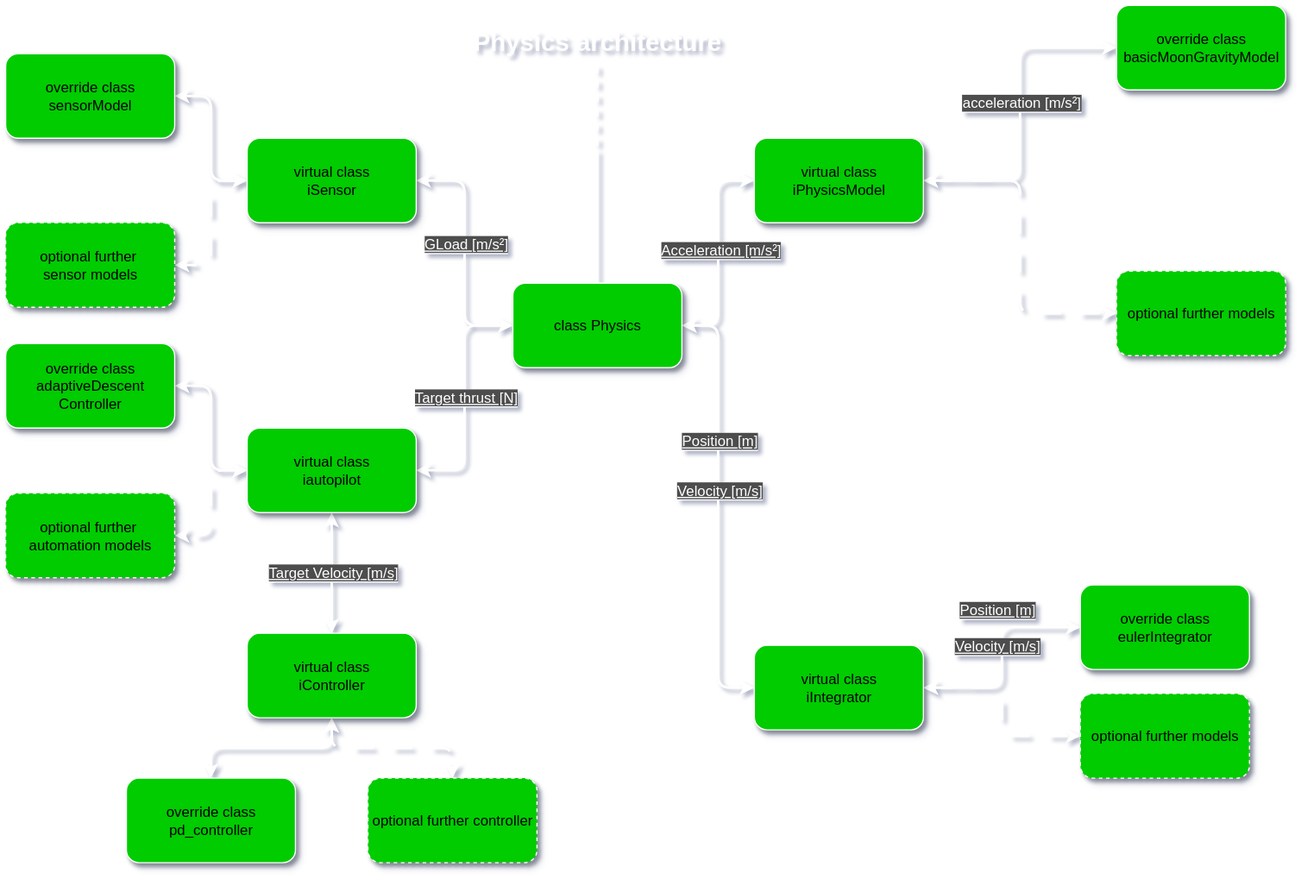
Above: static/img/architecture/physicsStructure.drawio.svg in gerd-lrt-dev/aerospace-simulation (draw.io), before the change. Source tidied: cells renumbered, new cells last; positions are measured from the earlier drawing's top-left corner, leaving out a move shared by most shapes.
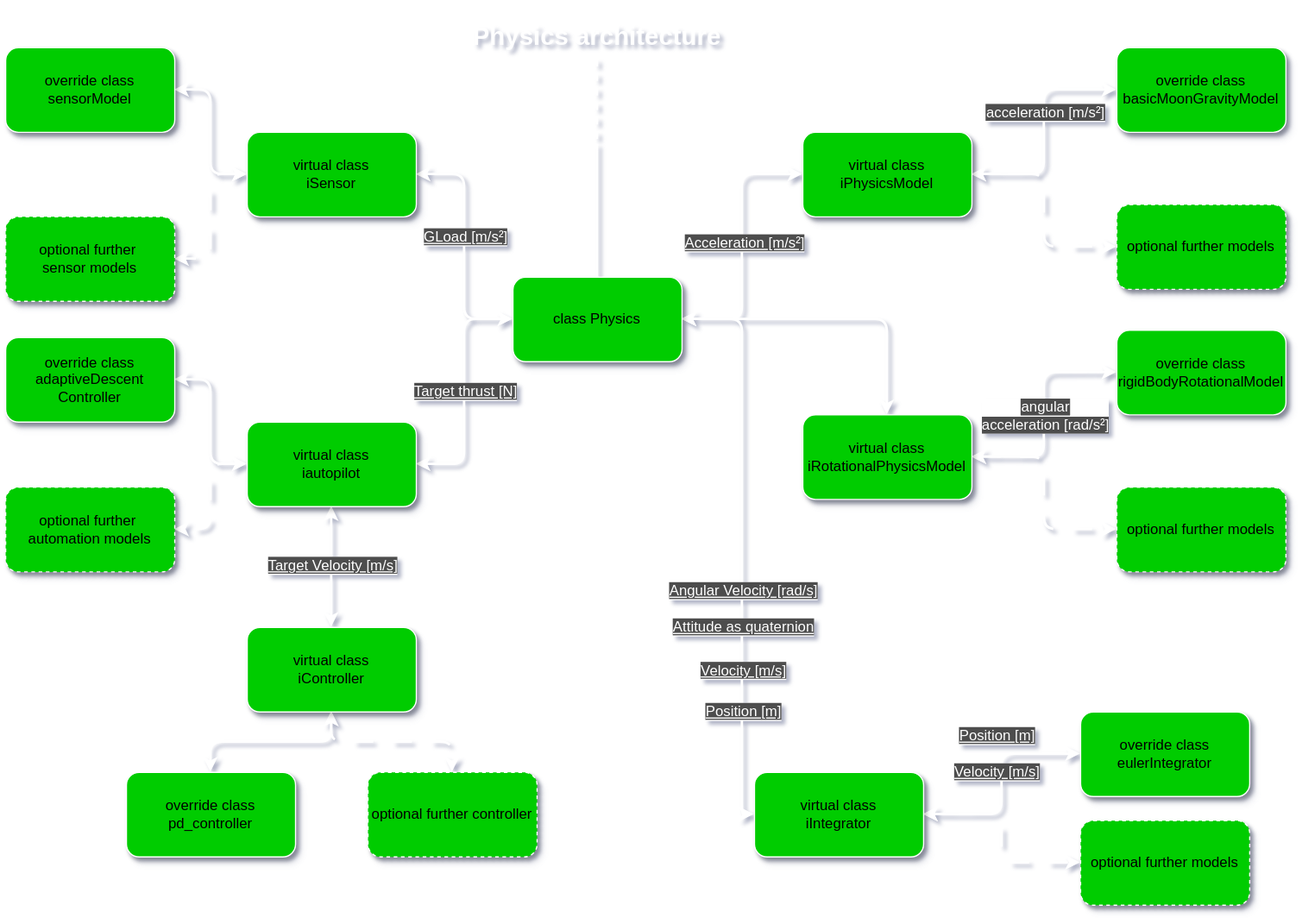
After the commit.

What changed in the source:
```diff
@@ -15,11 +15,16 @@
       <mxGeometry x="0.03" y="-1" relative="1" as="geometry" />
     </mxCell>
     <mxCell id="6" style="edgeStyle=orthogonalEdgeStyle;rounded=1;jettySize=auto;html=1;exitX=1;exitY=0.5;exitDx=0;exitDy=0;entryX=0;entryY=0.5;entryDx=0;entryDy=0;curved=0;strokeColor=#FFFFFF;startArrow=classic;startFill=1;strokeWidth=2;" parent="1" edge="1" source="10" target="20">
-      <mxGeometry relative="1" as="geometry" />
+      <mxGeometry relative="1" as="geometry">
+        <Array as="points">
+          <mxPoint x="610" y="265" />
+          <mxPoint x="610" y="675" />
+        </Array>
+      </mxGeometry>
     </mxCell>
     <mxCell id="7" value="&lt;font style=&quot;color: rgb(255, 255, 255); background-color: rgb(77, 77, 77);&quot;&gt;&lt;u&gt;Velocity [m/s]&lt;/u&gt;&lt;/font&gt;" style="edgeLabel;html=1;align=center;verticalAlign=middle;fontSize=12;" parent="6" vertex="1">
       <mxGeometry x="0.01" relative="1" as="geometry">
-        <mxPoint y="-16" as="offset" />
+        <mxPoint y="103" as="offset" />
       </mxGeometry>
     </mxCell>
     <mxCell id="8" style="edgeStyle=orthogonalEdgeStyle;rounded=1;jettySize=auto;html=1;exitX=0;exitY=0.5;exitDx=0;exitDy=0;entryX=1;entryY=0.5;entryDx=0;entryDy=0;curved=0;strokeColor=#FFFFFF;startArrow=classic;startFill=1;strokeWidth=2;" parent="1" edge="1" source="10" target="38">
@@ -28,6 +33,9 @@
     <mxCell id="9" value="&lt;font style=&quot;color: rgb(255, 255, 255); background-color: rgb(77, 77, 77);&quot;&gt;&lt;u&gt;Target thrust [N]&lt;/u&gt;&lt;/font&gt;" style="edgeLabel;html=1;align=center;verticalAlign=middle;fontSize=12;" parent="8" vertex="1">
       <mxGeometry x="-0.01" relative="1" as="geometry" />
     </mxCell>
+    <mxCell id="45" style="edgeStyle=orthogonalEdgeStyle;rounded=1;jettySize=auto;html=1;exitX=1;exitY=0.5;exitDx=0;exitDy=0;entryX=0.5;entryY=0;entryDx=0;entryDy=0;strokeColor=#FFFFFF;strokeWidth=2;align=center;verticalAlign=middle;fontFamily=Helvetica;fontSize=11;fontColor=default;labelBackgroundColor=default;startArrow=classic;startFill=1;endArrow=classic;curved=0;endFill=1;" parent="1" edge="1" source="10" target="49">
+      <mxGeometry relative="1" as="geometry" />
+    </mxCell>
     <mxCell id="10" value="class Physics" style="rounded=1;whiteSpace=wrap;html=1;strokeColor=#FFFFFF;fillColor=#00CC00;shadow=1;" parent="1" vertex="1">
       <mxGeometry x="420" y="230" width="140" height="70" as="geometry" />
     </mxCell>
@@ -54,10 +62,10 @@
       <mxGeometry relative="1" as="geometry" />
     </mxCell>
     <mxCell id="16" value="virtual class&lt;div&gt;iPhysicsModel&lt;/div&gt;" style="rounded=1;whiteSpace=wrap;html=1;strokeColor=#FFFFFF;fillColor=#00CC00;shadow=1;" parent="1" vertex="1">
-      <mxGeometry x="620" y="110" width="140" height="70" as="geometry" />
+      <mxGeometry x="660" y="110" width="140" height="70" as="geometry" />
     </mxCell>
     <mxCell id="17" value="override class&lt;div&gt;basicMoonGravityModel&lt;/div&gt;" style="rounded=1;whiteSpace=wrap;html=1;strokeColor=#FFFFFF;fillColor=#00CC00;shadow=1;" parent="1" vertex="1">
-      <mxGeometry x="920" width="140" height="70" as="geometry" />
+      <mxGeometry x="920" y="40" width="140" height="70" as="geometry" />
     </mxCell>
     <mxCell id="18" style="edgeStyle=orthogonalEdgeStyle;rounded=1;jettySize=auto;html=1;exitX=1;exitY=0.5;exitDx=0;exitDy=0;entryX=0;entryY=0.5;entryDx=0;entryDy=0;strokeColor=#FFFFFF;curved=0;startArrow=classic;startFill=1;strokeWidth=2;" parent="1" edge="1" source="20" target="21">
       <mxGeometry relative="1" as="geometry" />
@@ -66,16 +74,16 @@
       <mxGeometry relative="1" as="geometry" />
     </mxCell>
     <mxCell id="20" value="virtual class&lt;div&gt;iIntegrator&lt;/div&gt;" style="rounded=1;whiteSpace=wrap;html=1;strokeColor=#FFFFFF;fillColor=#00CC00;shadow=1;" parent="1" vertex="1">
-      <mxGeometry x="620" y="530" width="140" height="70" as="geometry" />
+      <mxGeometry x="620" y="640" width="140" height="70" as="geometry" />
     </mxCell>
     <mxCell id="21" value="override class&lt;div&gt;eulerIntegrator&lt;/div&gt;" style="rounded=1;whiteSpace=wrap;html=1;strokeColor=#FFFFFF;fillColor=#00CC00;shadow=1;" parent="1" vertex="1">
-      <mxGeometry x="890" y="480" width="140" height="70" as="geometry" />
+      <mxGeometry x="890" y="590" width="140" height="70" as="geometry" />
     </mxCell>
     <mxCell id="22" value="optional further models" style="rounded=1;whiteSpace=wrap;html=1;strokeColor=#FFFFFF;fillColor=#00CC00;shadow=1;dashed=1;" parent="1" vertex="1">
-      <mxGeometry x="920" y="220" width="140" height="70" as="geometry" />
+      <mxGeometry x="920" y="170" width="140" height="70" as="geometry" />
     </mxCell>
     <mxCell id="23" value="optional further models" style="rounded=1;whiteSpace=wrap;html=1;strokeColor=#FFFFFF;fillColor=#00CC00;shadow=1;dashed=1;" parent="1" vertex="1">
-      <mxGeometry x="890" y="570" width="140" height="70" as="geometry" />
+      <mxGeometry x="890" y="680" width="140" height="70" as="geometry" />
     </mxCell>
     <mxCell id="24" style="edgeStyle=orthogonalEdgeStyle;rounded=1;jettySize=auto;html=1;exitX=0.5;exitY=1;exitDx=0;exitDy=0;entryX=0.5;entryY=0;entryDx=0;entryDy=0;strokeColor=#FFFFFF;curved=0;startArrow=classic;startFill=1;dashed=1;dashPattern=8 8;strokeWidth=2;" parent="1" edge="1" source="26" target="28">
       <mxGeometry relative="1" as="geometry" />
@@ -132,13 +140,39 @@
       <mxGeometry x="360" width="260" height="60" as="geometry" />
     </mxCell>
     <mxCell id="42" value="&lt;font style=&quot;color: rgb(255, 255, 255); background-color: rgb(77, 77, 77);&quot;&gt;&lt;u&gt;Position [m]&lt;/u&gt;&lt;/font&gt;" style="edgeLabel;html=1;align=center;verticalAlign=middle;fontSize=12;" parent="1" vertex="1">
-      <mxGeometry x="590" y="360" as="geometry" />
+      <mxGeometry x="610" y="590" as="geometry" />
     </mxCell>
     <mxCell id="43" value="&lt;font style=&quot;color: rgb(255, 255, 255); background-color: rgb(77, 77, 77);&quot;&gt;&lt;u&gt;Velocity [m/s]&lt;/u&gt;&lt;/font&gt;" style="edgeLabel;html=1;align=center;verticalAlign=middle;fontSize=12;" parent="1" vertex="1">
-      <mxGeometry x="820" y="530" as="geometry" />
+      <mxGeometry x="820" y="640" as="geometry" />
     </mxCell>
     <mxCell id="44" value="&lt;font style=&quot;color: rgb(255, 255, 255); background-color: rgb(77, 77, 77);&quot;&gt;&lt;u&gt;Position [m]&lt;/u&gt;&lt;/font&gt;" style="edgeLabel;html=1;align=center;verticalAlign=middle;fontSize=12;" parent="1" vertex="1">
-      <mxGeometry x="820" y="500" as="geometry" />
+      <mxGeometry x="820" y="610" as="geometry" />
     </mxCell>
+    <mxCell id="46" style="edgeStyle=orthogonalEdgeStyle;rounded=1;jettySize=auto;html=1;exitX=1;exitY=0.5;exitDx=0;exitDy=0;entryX=0;entryY=0.5;entryDx=0;entryDy=0;strokeColor=#FFFFFF;curved=0;startArrow=classic;startFill=1;strokeWidth=2;" parent="1" edge="1" source="49" target="50">
+      <mxGeometry relative="1" as="geometry" />
+    </mxCell>
+    <mxCell id="47" value="&lt;font color=&quot;#ffffff&quot;&gt;&lt;span style=&quot;background-color: rgb(77, 77, 77);&quot;&gt;angular&lt;/span&gt;&lt;/font&gt;&lt;div&gt;&lt;font color=&quot;#ffffff&quot;&gt;&lt;span style=&quot;background-color: rgb(77, 77, 77);&quot;&gt;acceleration [rad/s²]&lt;/span&gt;&lt;/font&gt;&lt;/div&gt;" style="edgeLabel;html=1;align=center;verticalAlign=middle;fontSize=12;" parent="46" vertex="1">
+      <mxGeometry x="-0.17" y="-2" relative="1" as="geometry">
+        <mxPoint x="-2" y="-16" as="offset" />
+      </mxGeometry>
+    </mxCell>
+    <mxCell id="48" style="edgeStyle=orthogonalEdgeStyle;rounded=1;jettySize=auto;html=1;exitX=1;exitY=0.5;exitDx=0;exitDy=0;entryX=0;entryY=0.5;entryDx=0;entryDy=0;strokeColor=#FFFFFF;curved=0;startArrow=classic;startFill=1;dashed=1;dashPattern=8 8;strokeWidth=2;" parent="1" edge="1" source="49" target="51">
+      <mxGeometry relative="1" as="geometry" />
+    </mxCell>
+    <mxCell id="49" value="virtual class&lt;div&gt;iRotationalPhysicsModel&lt;/div&gt;" style="rounded=1;whiteSpace=wrap;html=1;strokeColor=#FFFFFF;fillColor=#00CC00;shadow=1;" parent="1" vertex="1">
+      <mxGeometry x="660" y="344" width="140" height="70" as="geometry" />
+    </mxCell>
+    <mxCell id="50" value="override class&lt;div&gt;rigidBodyRotationalModel&lt;/div&gt;" style="rounded=1;whiteSpace=wrap;html=1;strokeColor=#FFFFFF;fillColor=#00CC00;shadow=1;" parent="1" vertex="1">
+      <mxGeometry x="920" y="274" width="140" height="70" as="geometry" />
+    </mxCell>
+    <mxCell id="51" value="optional further models" style="rounded=1;whiteSpace=wrap;html=1;strokeColor=#FFFFFF;fillColor=#00CC00;shadow=1;dashed=1;" parent="1" vertex="1">
+      <mxGeometry x="920" y="404" width="140" height="70" as="geometry" />
+    </mxCell>
+    <mxCell id="52" value="&lt;font style=&quot;color: rgb(255, 255, 255); background-color: rgb(77, 77, 77);&quot;&gt;&lt;u&gt;Angular Velocity [rad/s]&lt;/u&gt;&lt;/font&gt;" style="edgeLabel;html=1;align=center;verticalAlign=middle;fontSize=12;" parent="1" vertex="1">
+      <mxGeometry x="610" y="490" as="geometry" />
+    </mxCell>
+    <mxCell id="53" value="&lt;font style=&quot;color: rgb(255, 255, 255); background-color: rgb(77, 77, 77);&quot;&gt;&lt;u&gt;Attitude as quaternion&lt;/u&gt;&lt;/font&gt;" style="edgeLabel;html=1;align=center;verticalAlign=middle;fontSize=12;" parent="1" vertex="1">
+      <mxGeometry x="610" y="520" as="geometry" />
+    </mxCell>
   </root>
 </mxGraphModel>
```
